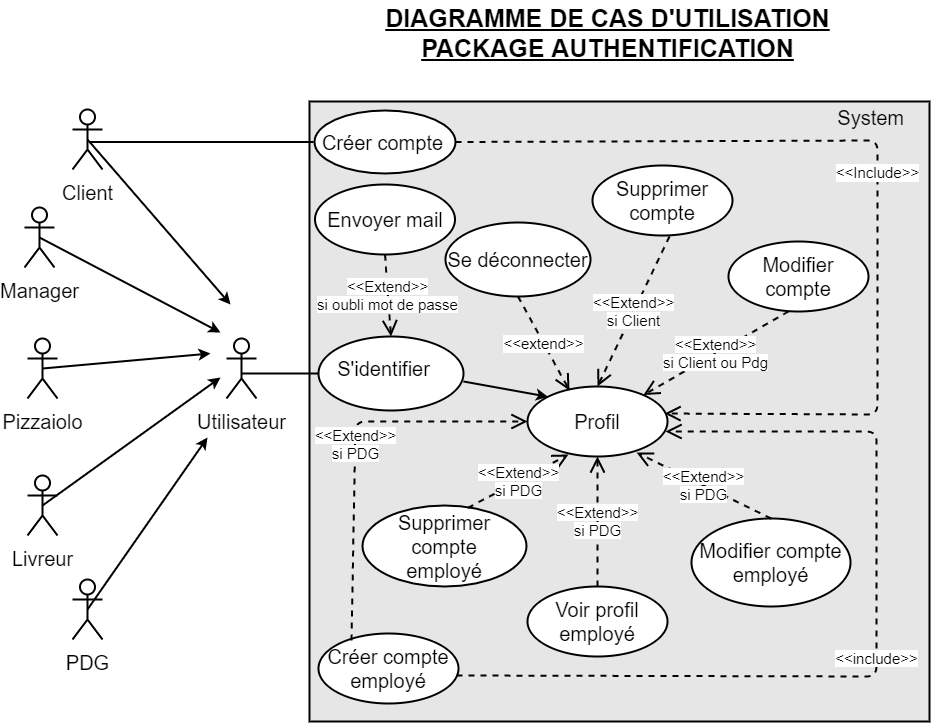
The draw.io diagram diagrammes/diagramme de cas d'utilisation - authentification.png in Tony380/Projet4, before a commit. Source tidied: cells renumbered, new cells last; positions are measured from the earlier drawing's top-left corner, leaving out a move shared by most shapes.
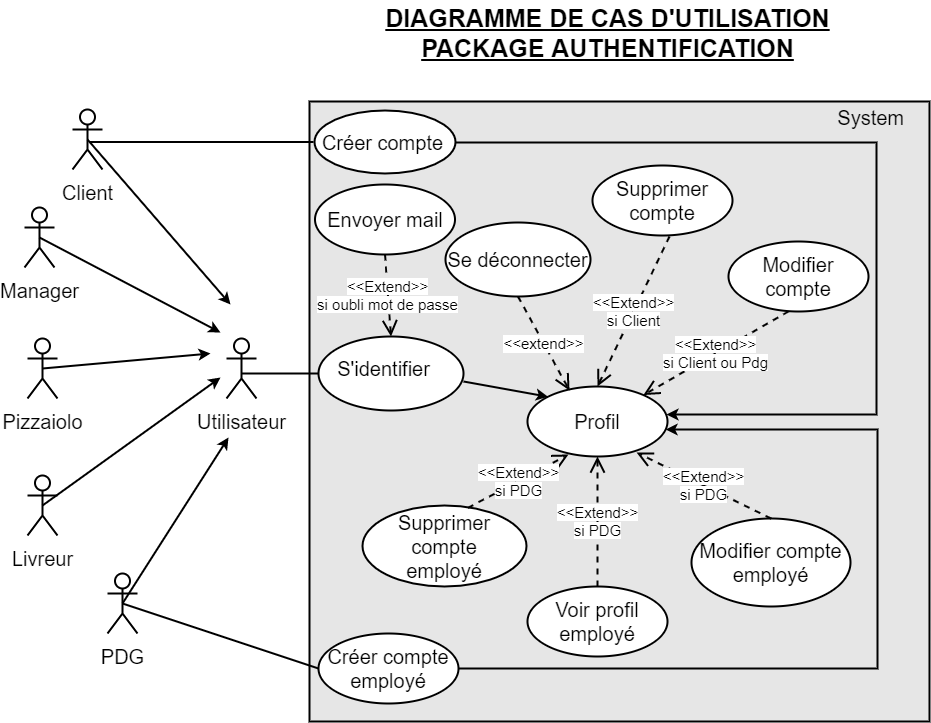
The same file after the commit.

The edit, as a diff of the source:
```diff
@@ -21,7 +21,7 @@
       <mxGeometry x="3" y="475" width="30" height="60" as="geometry" />
     </mxCell>
     <mxCell id="8" value="&lt;font style=&quot;font-size: 20px&quot;&gt;PDG&lt;/font&gt;" style="shape=umlActor;verticalLabelPosition=bottom;labelBackgroundColor=#ffffff;verticalAlign=top;html=1;outlineConnect=0;fontSize=25;align=center;strokeWidth=2;" parent="1" vertex="1">
-      <mxGeometry x="48" y="579" width="30" height="60" as="geometry" />
+      <mxGeometry x="83" y="573" width="30" height="60" as="geometry" />
     </mxCell>
     <mxCell id="9" value="&lt;font color=&quot;#000000&quot; style=&quot;font-size: 20px&quot;&gt;Utilisateur&lt;/font&gt;" style="shape=umlActor;verticalLabelPosition=bottom;labelBackgroundColor=#ffffff;verticalAlign=top;html=1;strokeColor=#000000;strokeWidth=2;fillColor=none;fontSize=25;fontColor=#B3B3B3;align=center;" parent="1" vertex="1">
       <mxGeometry x="202" y="338" width="30" height="60" as="geometry" />
@@ -48,12 +48,21 @@
     </mxCell>
     <mxCell id="14" style="endArrow=classic;html=1;strokeWidth=2;fontSize=25;fontColor=#B3B3B3;exitX=0.5;exitY=0.5;exitDx=0;exitDy=0;exitPerimeter=0;" parent="1" edge="1" source="8">
       <mxGeometry relative="1" as="geometry">
-        <mxPoint x="183" y="437" as="targetPoint" />
+        <mxPoint x="204" y="437" as="targetPoint" />
       </mxGeometry>
     </mxCell>
     <mxCell id="15" style="ellipse;whiteSpace=wrap;html=1;labelBackgroundColor=none;strokeColor=#000000;strokeWidth=2;fillColor=#ffffff;fontSize=25;fontColor=#B3B3B3;align=right;" parent="1" vertex="1">
       <mxGeometry x="290" y="110" width="141" height="63" as="geometry" />
     </mxCell>
+    <mxCell id="41" style="edgeStyle=orthogonalEdgeStyle;rounded=0;jettySize=auto;html=1;entryX=0.993;entryY=0.4;entryDx=0;entryDy=0;entryPerimeter=0;strokeWidth=2;" parent="1" edge="1" target="22">
+      <mxGeometry relative="1" as="geometry">
+        <mxPoint x="431" y="142" as="sourcePoint" />
+        <Array as="points">
+          <mxPoint x="852" y="142" />
+          <mxPoint x="852" y="414" />
+        </Array>
+      </mxGeometry>
+    </mxCell>
     <mxCell id="16" value="&lt;font style=&quot;font-size: 20px&quot;&gt;Créer compte&lt;/font&gt;" style="text;html=1;strokeColor=none;fillColor=none;align=center;verticalAlign=middle;whiteSpace=wrap;rounded=0;labelBackgroundColor=none;fontSize=15;fontColor=#000000;spacingTop=0;spacing=2;" parent="1" vertex="1">
       <mxGeometry x="294" y="137.5" width="129" height="8" as="geometry" />
     </mxCell>
@@ -63,25 +72,17 @@
     <mxCell id="18" value="&lt;font style=&quot;font-size: 20px&quot;&gt;S'identifier&lt;/font&gt;" style="text;html=1;align=center;verticalAlign=middle;fontSize=15;fontColor=#000000;" parent="1" vertex="1">
       <mxGeometry x="307" y="356" width="103" height="24" as="geometry" />
     </mxCell>
-    <mxCell id="19" value="&amp;lt;&amp;lt;Include&amp;gt;&amp;gt;" style="endArrow=open;endSize=12;dashed=1;html=1;strokeWidth=2;fontSize=15;fontColor=#000000;exitX=1;exitY=0.5;exitDx=0;exitDy=0;entryX=0.979;entryY=0.386;entryDx=0;entryDy=0;entryPerimeter=0;" parent="1" edge="1" source="15" target="22">
-      <mxGeometry relative="1" as="geometry">
-        <Array as="points">
-          <mxPoint x="853" y="140" />
-          <mxPoint x="853" y="414" />
-        </Array>
-      </mxGeometry>
-    </mxCell>
+    <mxCell id="42" style="edgeStyle=orthogonalEdgeStyle;rounded=0;jettySize=auto;html=1;strokeWidth=2;" parent="1" edge="1" source="20" target="22">
+      <mxGeometry relative="1" as="geometry">
+        <Array as="points">
+          <mxPoint x="853" y="668" />
+          <mxPoint x="853" y="429" />
+        </Array>
+      </mxGeometry>
+    </mxCell>
     <mxCell id="20" value="&lt;font style=&quot;font-size: 20px&quot;&gt;Créer compte&lt;br&gt;employé&lt;/font&gt;" style="ellipse;whiteSpace=wrap;html=1;labelBackgroundColor=none;strokeColor=#000000;strokeWidth=2;fillColor=#ffffff;fontSize=15;fontColor=#000000;align=center;" parent="1" vertex="1">
       <mxGeometry x="294" y="633" width="140" height="70" as="geometry" />
     </mxCell>
-    <mxCell id="21" value="&lt;span style=&quot;background-color: rgb(255 , 255 , 255)&quot;&gt;&amp;lt;&amp;lt;include&amp;gt;&amp;gt;&lt;/span&gt;" style="endArrow=open;endSize=12;dashed=1;html=1;labelBackgroundColor=none;strokeWidth=2;fontSize=15;fontColor=#000000;entryX=0.986;entryY=0.643;entryDx=0;entryDy=0;exitX=0.986;exitY=0.6;exitDx=0;exitDy=0;exitPerimeter=0;entryPerimeter=0;" parent="1" edge="1" source="20" target="22">
-      <mxGeometry relative="1" as="geometry">
-        <Array as="points">
-          <mxPoint x="852" y="676" />
-          <mxPoint x="852" y="431" />
-        </Array>
-      </mxGeometry>
-    </mxCell>
     <mxCell id="22" value="&lt;font style=&quot;font-size: 20px&quot;&gt;Profil&lt;/font&gt;" style="ellipse;whiteSpace=wrap;html=1;labelBackgroundColor=none;strokeColor=#000000;strokeWidth=2;fillColor=#ffffff;fontSize=15;fontColor=#000000;align=center;" parent="1" vertex="1">
       <mxGeometry x="503" y="386" width="140" height="70" as="geometry" />
     </mxCell>
@@ -100,13 +101,6 @@
     <mxCell id="27" value="&lt;span style=&quot;background-color: rgb(255 , 255 , 255)&quot;&gt;&amp;lt;&amp;lt;Extend&amp;gt;&amp;gt;&lt;br&gt;si Client ou Pdg&lt;/span&gt;" style="endArrow=open;endSize=12;dashed=1;html=1;labelBackgroundColor=none;strokeWidth=2;fontSize=15;fontColor=#000000;exitX=0.429;exitY=1;exitDx=0;exitDy=0;exitPerimeter=0;" parent="1" edge="1" source="25" target="22">
       <mxGeometry relative="1" as="geometry" />
     </mxCell>
-    <mxCell id="28" value="&lt;span style=&quot;background-color: rgb(255 , 255 , 255)&quot;&gt;&amp;lt;&amp;lt;Extend&amp;gt;&amp;gt;&lt;br&gt;si PDG&lt;/span&gt;" style="endArrow=open;endSize=12;dashed=1;html=1;labelBackgroundColor=none;strokeWidth=2;fontSize=15;fontColor=#000000;exitX=0.236;exitY=0.1;exitDx=0;exitDy=0;exitPerimeter=0;entryX=0;entryY=0.5;entryDx=0;entryDy=0;" parent="1" edge="1" source="20" target="22">
-      <mxGeometry relative="1" as="geometry">
-        <Array as="points">
-          <mxPoint x="331" y="421" />
-        </Array>
-      </mxGeometry>
-    </mxCell>
     <mxCell id="29" value="&lt;font style=&quot;font-size: 20px&quot;&gt;Supprimer compte&lt;br&gt;employé&lt;/font&gt;" style="ellipse;whiteSpace=wrap;html=1;labelBackgroundColor=none;strokeColor=#000000;strokeWidth=2;fillColor=#ffffff;fontSize=15;fontColor=#000000;align=center;" parent="1" vertex="1">
       <mxGeometry x="338" y="505" width="164" height="81" as="geometry" />
     </mxCell>
@@ -143,5 +137,8 @@
     <mxCell id="40" value="&lt;font style=&quot;font-size: 15px&quot;&gt;&amp;lt;&amp;lt;extend&amp;gt;&amp;gt;&lt;/font&gt;" style="endArrow=open;endSize=12;dashed=1;html=1;exitX=0.5;exitY=1;exitDx=0;exitDy=0;entryX=0.3;entryY=0.057;entryDx=0;entryDy=0;entryPerimeter=0;strokeWidth=2;" parent="1" edge="1" source="39" target="22">
       <mxGeometry relative="1" as="geometry" />
     </mxCell>
+    <mxCell id="43" style="endArrow=none;html=1;exitX=0.5;exitY=0.5;exitDx=0;exitDy=0;exitPerimeter=0;entryX=0;entryY=0.5;entryDx=0;entryDy=0;strokeWidth=2;" parent="1" edge="1" source="8" target="20">
+      <mxGeometry relative="1" as="geometry" />
+    </mxCell>
   </root>
 </mxGraphModel>
```
